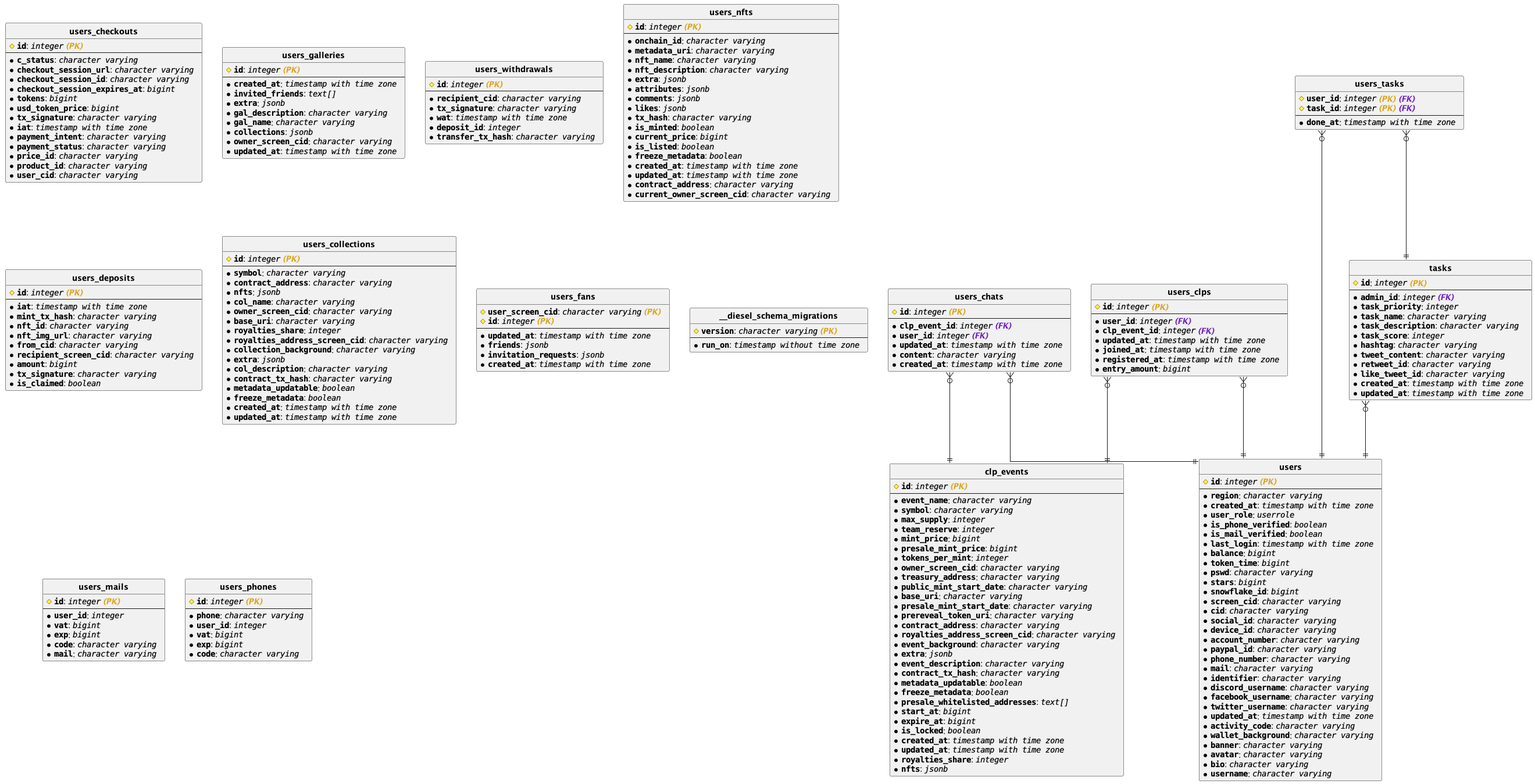
wildonion/gem keeps this PlantUML diagram as infra/panel.png. Above is the earlier version.
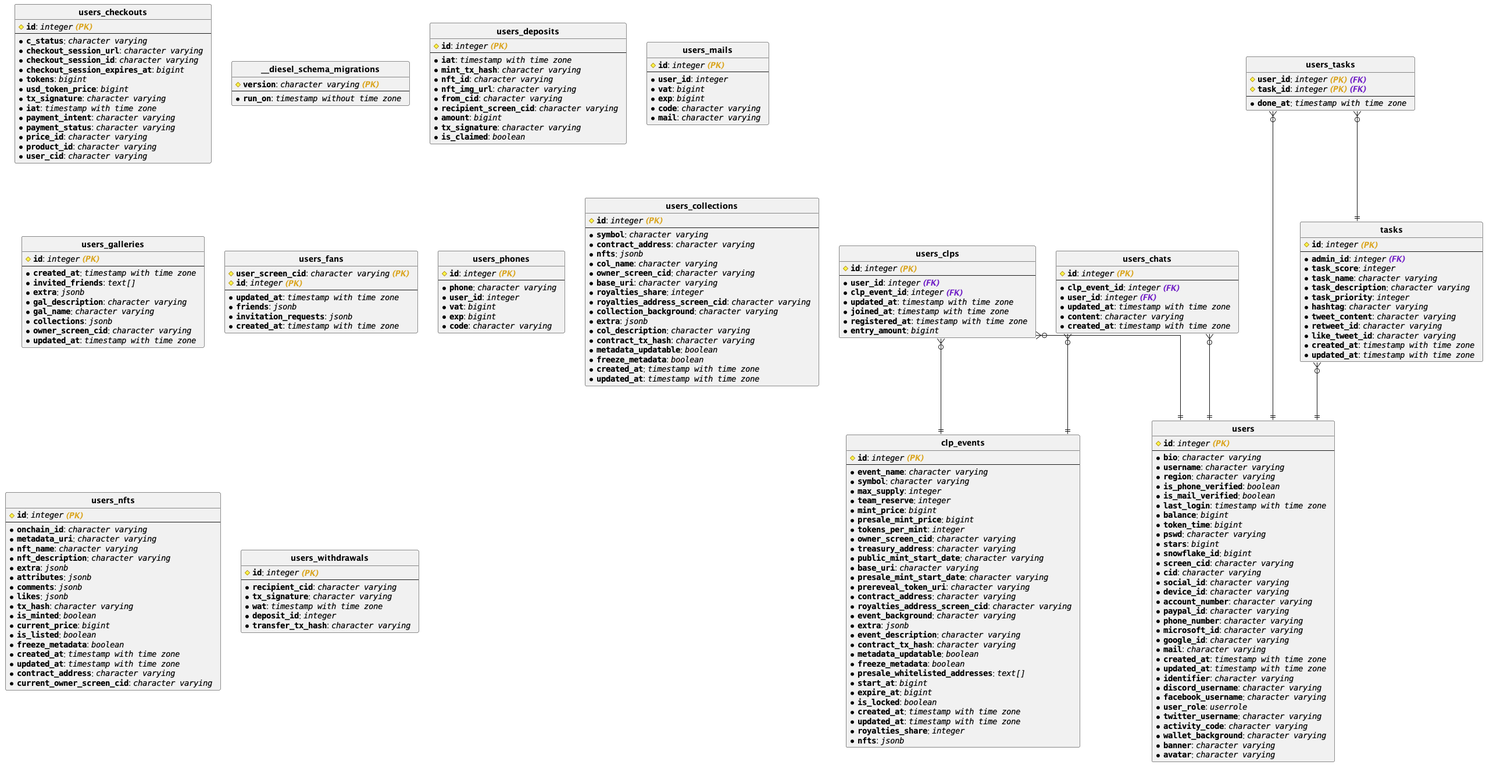
Later version of the same file.

What changed in the source:
```diff
@@ -21,6 +21,47 @@
 * <b>""user_cid""</b>: //""character varying""  //
 }
 
+entity "**__diesel_schema_migrations**" {
+# <b>""version""</b>: //""character varying"" <b><color:goldenrod>(PK) </color></b> //
+---
+* <b>""run_on""</b>: //""timestamp without time zone""  //
+}
+
+entity "**users_clps**" {
+# <b>""id""</b>: //""integer"" <b><color:goldenrod>(PK) </color></b> //
+---
+* <b>""user_id""</b>: //""integer"" <b><color:701fc6>(FK) </color></b> //
+* <b>""clp_event_id""</b>: //""integer"" <b><color:701fc6>(FK) </color></b> //
+* <b>""updated_at""</b>: //""timestamp with time zone""  //
+* <b>""joined_at""</b>: //""timestamp with time zone""  //
+* <b>""registered_at""</b>: //""timestamp with time zone""  //
+* <b>""entry_amount""</b>: //""bigint""  //
+}
+
+entity "**users_deposits**" {
+# <b>""id""</b>: //""integer"" <b><color:goldenrod>(PK) </color></b> //
+---
+* <b>""iat""</b>: //""timestamp with time zone""  //
+* <b>""mint_tx_hash""</b>: //""character varying""  //
+* <b>""nft_id""</b>: //""character varying""  //
+* <b>""nft_img_url""</b>: //""character varying""  //
+* <b>""from_cid""</b>: //""character varying""  //
+* <b>""recipient_screen_cid""</b>: //""character varying""  //
+* <b>""amount""</b>: //""bigint""  //
+* <b>""tx_signature""</b>: //""character varying""  //
+* <b>""is_claimed""</b>: //""boolean""  //
+}
+
+entity "**users_mails**" {
+# <b>""id""</b>: //""integer"" <b><color:goldenrod>(PK) </color></b> //
+---
+* <b>""user_id""</b>: //""integer""  //
+* <b>""vat""</b>: //""bigint""  //
+* <b>""exp""</b>: //""bigint""  //
+* <b>""code""</b>: //""character varying""  //
+* <b>""mail""</b>: //""character varying""  //
+}
+
 entity "**users_galleries**" {
 # <b>""id""</b>: //""integer"" <b><color:goldenrod>(PK) </color></b> //
 ---
@@ -32,16 +73,6 @@
 * <b>""collections""</b>: //""jsonb""  //
 * <b>""owner_screen_cid""</b>: //""character varying""  //
 * <b>""updated_at""</b>: //""timestamp with time zone""  //
-}
-
-entity "**users_chats**" {
-# <b>""id""</b>: //""integer"" <b><color:goldenrod>(PK) </color></b> //
----
-* <b>""clp_event_id""</b>: //""integer"" <b><color:701fc6>(FK) </color></b> //
-* <b>""user_id""</b>: //""integer"" <b><color:701fc6>(FK) </color></b> //
-* <b>""updated_at""</b>: //""timestamp with time zone""  //
-* <b>""content""</b>: //""character varying""  //
-* <b>""created_at""</b>: //""timestamp with time zone""  //
 }
 
 entity "**clp_events**" {
@@ -78,12 +109,22 @@
 * <b>""nfts""</b>: //""jsonb""  //
 }
 
+entity "**users_fans**" {
+# <b>""user_screen_cid""</b>: //""character varying"" <b><color:goldenrod>(PK) </color></b> //
+# <b>""id""</b>: //""integer"" <b><color:goldenrod>(PK) </color></b> //
+---
+* <b>""updated_at""</b>: //""timestamp with time zone""  //
+* <b>""friends""</b>: //""jsonb""  //
+* <b>""invitation_requests""</b>: //""jsonb""  //
+* <b>""created_at""</b>: //""timestamp with time zone""  //
+}
+
 entity "**users**" {
 # <b>""id""</b>: //""integer"" <b><color:goldenrod>(PK) </color></b> //
 ---
+* <b>""bio""</b>: //""character varying""  //
+* <b>""username""</b>: //""character varying""  //
 * <b>""region""</b>: //""character varying""  //
-* <b>""created_at""</b>: //""timestamp with time zone""  //
-* <b>""user_role""</b>: //""userrole""  //
 * <b>""is_phone_verified""</b>: //""boolean""  //
 * <b>""is_mail_verified""</b>: //""boolean""  //
 * <b>""last_login""</b>: //""timestamp with time zone""  //
@@ -99,28 +140,20 @@
 * <b>""account_number""</b>: //""character varying""  //
 * <b>""paypal_id""</b>: //""character varying""  //
 * <b>""phone_number""</b>: //""character varying""  //
+* <b>""microsoft_id""</b>: //""character varying""  //
+* <b>""google_id""</b>: //""character varying""  //
 * <b>""mail""</b>: //""character varying""  //
+* <b>""created_at""</b>: //""timestamp with time zone""  //
+* <b>""updated_at""</b>: //""timestamp with time zone""  //
 * <b>""identifier""</b>: //""character varying""  //
 * <b>""discord_username""</b>: //""character varying""  //
 * <b>""facebook_username""</b>: //""character varying""  //
+* <b>""user_role""</b>: //""userrole""  //
 * <b>""twitter_username""</b>: //""character varying""  //
-* <b>""updated_at""</b>: //""timestamp with time zone""  //
 * <b>""activity_code""</b>: //""character varying""  //
 * <b>""wallet_background""</b>: //""character varying""  //
 * <b>""banner""</b>: //""character varying""  //
 * <b>""avatar""</b>: //""character varying""  //
-* <b>""bio""</b>: //""character varying""  //
-* <b>""username""</b>: //""character varying""  //
-}
-
-entity "**users_withdrawals**" {
-# <b>""id""</b>: //""integer"" <b><color:goldenrod>(PK) </color></b> //
----
-* <b>""recipient_cid""</b>: //""character varying""  //
-* <b>""tx_signature""</b>: //""character varying""  //
-* <b>""wat""</b>: //""timestamp with time zone""  //
-* <b>""deposit_id""</b>: //""integer""  //
-* <b>""transfer_tx_hash""</b>: //""character varying""  //
 }
 
 entity "**users_tasks**" {
@@ -128,6 +161,53 @@
 # <b>""task_id""</b>: //""integer"" <b><color:goldenrod>(PK) </color></b><b><color:701fc6>(FK) </color></b> //
 ---
 * <b>""done_at""</b>: //""timestamp with time zone""  //
+}
+
+entity "**tasks**" {
+# <b>""id""</b>: //""integer"" <b><color:goldenrod>(PK) </color></b> //
+---
+* <b>""admin_id""</b>: //""integer"" <b><color:701fc6>(FK) </color></b> //
+* <b>""task_score""</b>: //""integer""  //
+* <b>""task_name""</b>: //""character varying""  //
+* <b>""task_description""</b>: //""character varying""  //
+* <b>""task_priority""</b>: //""integer""  //
+* <b>""hashtag""</b>: //""character varying""  //
+* <b>""tweet_content""</b>: //""character varying""  //
+* <b>""retweet_id""</b>: //""character varying""  //
+* <b>""like_tweet_id""</b>: //""character varying""  //
+* <b>""created_at""</b>: //""timestamp with time zone""  //
+* <b>""updated_at""</b>: //""timestamp with time zone""  //
+}
+
+entity "**users_phones**" {
+# <b>""id""</b>: //""integer"" <b><color:goldenrod>(PK) </color></b> //
+---
+* <b>""phone""</b>: //""character varying""  //
+* <b>""user_id""</b>: //""integer""  //
+* <b>""vat""</b>: //""bigint""  //
+* <b>""exp""</b>: //""bigint""  //
+* <b>""code""</b>: //""character varying""  //
+}
+
+entity "**users_collections**" {
+# <b>""id""</b>: //""integer"" <b><color:goldenrod>(PK) </color></b> //
+---
+* <b>""symbol""</b>: //""character varying""  //
+* <b>""contract_address""</b>: //""character varying""  //
+* <b>""nfts""</b>: //""jsonb""  //
+* <b>""col_name""</b>: //""character varying""  //
+* <b>""owner_screen_cid""</b>: //""character varying""  //
+* <b>""base_uri""</b>: //""character varying""  //
+* <b>""royalties_share""</b>: //""integer""  //
+* <b>""royalties_address_screen_cid""</b>: //""character varying""  //
+* <b>""collection_background""</b>: //""character varying""  //
+* <b>""extra""</b>: //""jsonb""  //
+* <b>""col_description""</b>: //""character varying""  //
+* <b>""contract_tx_hash""</b>: //""character varying""  //
+* <b>""metadata_updatable""</b>: //""boolean""  //
+* <b>""freeze_metadata""</b>: //""boolean""  //
+* <b>""created_at""</b>: //""timestamp with time zone""  //
+* <b>""updated_at""</b>: //""timestamp with time zone""  //
 }
 
 entity "**users_nfts**" {
@@ -152,118 +232,40 @@
 * <b>""current_owner_screen_cid""</b>: //""character varying""  //
 }
 
-entity "**users_deposits**" {
+entity "**users_withdrawals**" {
 # <b>""id""</b>: //""integer"" <b><color:goldenrod>(PK) </color></b> //
 ---
-* <b>""iat""</b>: //""timestamp with time zone""  //
-* <b>""mint_tx_hash""</b>: //""character varying""  //
-* <b>""nft_id""</b>: //""character varying""  //
-* <b>""nft_img_url""</b>: //""character varying""  //
-* <b>""from_cid""</b>: //""character varying""  //
-* <b>""recipient_screen_cid""</b>: //""character varying""  //
-* <b>""amount""</b>: //""bigint""  //
+* <b>""recipient_cid""</b>: //""character varying""  //
 * <b>""tx_signature""</b>: //""character varying""  //
-* <b>""is_claimed""</b>: //""boolean""  //
+* <b>""wat""</b>: //""timestamp with time zone""  //
+* <b>""deposit_id""</b>: //""integer""  //
+* <b>""transfer_tx_hash""</b>: //""character varying""  //
 }
 
-entity "**users_collections**" {
+entity "**users_chats**" {
 # <b>""id""</b>: //""integer"" <b><color:goldenrod>(PK) </color></b> //
 ---
-* <b>""symbol""</b>: //""character varying""  //
-* <b>""contract_address""</b>: //""character varying""  //
-* <b>""nfts""</b>: //""jsonb""  //
-* <b>""col_name""</b>: //""character varying""  //
-* <b>""owner_screen_cid""</b>: //""character varying""  //
-* <b>""base_uri""</b>: //""character varying""  //
-* <b>""royalties_share""</b>: //""integer""  //
-* <b>""royalties_address_screen_cid""</b>: //""character varying""  //
-* <b>""collection_background""</b>: //""character varying""  //
-* <b>""extra""</b>: //""jsonb""  //
-* <b>""col_description""</b>: //""character varying""  //
-* <b>""contract_tx_hash""</b>: //""character varying""  //
-* <b>""metadata_updatable""</b>: //""boolean""  //
-* <b>""freeze_metadata""</b>: //""boolean""  //
-* <b>""created_at""</b>: //""timestamp with time zone""  //
+* <b>""clp_event_id""</b>: //""integer"" <b><color:701fc6>(FK) </color></b> //
+* <b>""user_id""</b>: //""integer"" <b><color:701fc6>(FK) </color></b> //
 * <b>""updated_at""</b>: //""timestamp with time zone""  //
-}
-
-entity "**users_clps**" {
-# <b>""id""</b>: //""integer"" <b><color:goldenrod>(PK) </color></b> //
----
-* <b>""user_id""</b>: //""integer"" <b><color:701fc6>(FK) </color></b> //
-* <b>""clp_event_id""</b>: //""integer"" <b><color:701fc6>(FK) </color></b> //
-* <b>""updated_at""</b>: //""timestamp with time zone""  //
-* <b>""joined_at""</b>: //""timestamp with time zone""  //
-* <b>""registered_at""</b>: //""timestamp with time zone""  //
-* <b>""entry_amount""</b>: //""bigint""  //
-}
-
-entity "**users_fans**" {
-# <b>""user_screen_cid""</b>: //""character varying"" <b><color:goldenrod>(PK) </color></b> //
-# <b>""id""</b>: //""integer"" <b><color:goldenrod>(PK) </color></b> //
----
-* <b>""updated_at""</b>: //""timestamp with time zone""  //
-* <b>""friends""</b>: //""jsonb""  //
-* <b>""invitation_requests""</b>: //""jsonb""  //
+* <b>""content""</b>: //""character varying""  //
 * <b>""created_at""</b>: //""timestamp with time zone""  //
 }
 
-entity "**__diesel_schema_migrations**" {
-# <b>""version""</b>: //""character varying"" <b><color:goldenrod>(PK) </color></b> //
----
-* <b>""run_on""</b>: //""timestamp without time zone""  //
-}
 
-entity "**users_mails**" {
-# <b>""id""</b>: //""integer"" <b><color:goldenrod>(PK) </color></b> //
----
-* <b>""user_id""</b>: //""integer""  //
-* <b>""vat""</b>: //""bigint""  //
-* <b>""exp""</b>: //""bigint""  //
-* <b>""code""</b>: //""character varying""  //
-* <b>""mail""</b>: //""character varying""  //
-}
+"**users_clps**" }o--|| "**users**"
 
-entity "**users_phones**" {
-# <b>""id""</b>: //""integer"" <b><color:goldenrod>(PK) </color></b> //
----
-* <b>""phone""</b>: //""character varying""  //
-* <b>""user_id""</b>: //""integer""  //
-* <b>""vat""</b>: //""bigint""  //
-* <b>""exp""</b>: //""bigint""  //
-* <b>""code""</b>: //""character varying""  //
-}
+"**users_clps**" }o--|| "**clp_events**"
 
-entity "**tasks**" {
-# <b>""id""</b>: //""integer"" <b><color:goldenrod>(PK) </color></b> //
----
-* <b>""admin_id""</b>: //""integer"" <b><color:701fc6>(FK) </color></b> //
-* <b>""task_priority""</b>: //""integer""  //
-* <b>""task_name""</b>: //""character varying""  //
-* <b>""task_description""</b>: //""character varying""  //
-* <b>""task_score""</b>: //""integer""  //
-* <b>""hashtag""</b>: //""character varying""  //
-* <b>""tweet_content""</b>: //""character varying""  //
-* <b>""retweet_id""</b>: //""character varying""  //
-* <b>""like_tweet_id""</b>: //""character varying""  //
-* <b>""created_at""</b>: //""timestamp with time zone""  //
-* <b>""updated_at""</b>: //""timestamp with time zone""  //
-}
+"**users_tasks**" }o--|| "**users**"
 
+"**users_tasks**" }o--|| "**tasks**"
+
+"**tasks**" }o--|| "**users**"
 
 "**users_chats**" }o--|| "**users**"
 
 "**users_chats**" }o--|| "**clp_events**"
 
-"**users_tasks**" }o--|| "**tasks**"
-
-"**users_tasks**" }o--|| "**users**"
-
-"**users_clps**" }o--|| "**clp_events**"
-
-"**users_clps**" }o--|| "**users**"
-
-"**tasks**" }o--|| "**users**"
-
 
 @enduml
```
